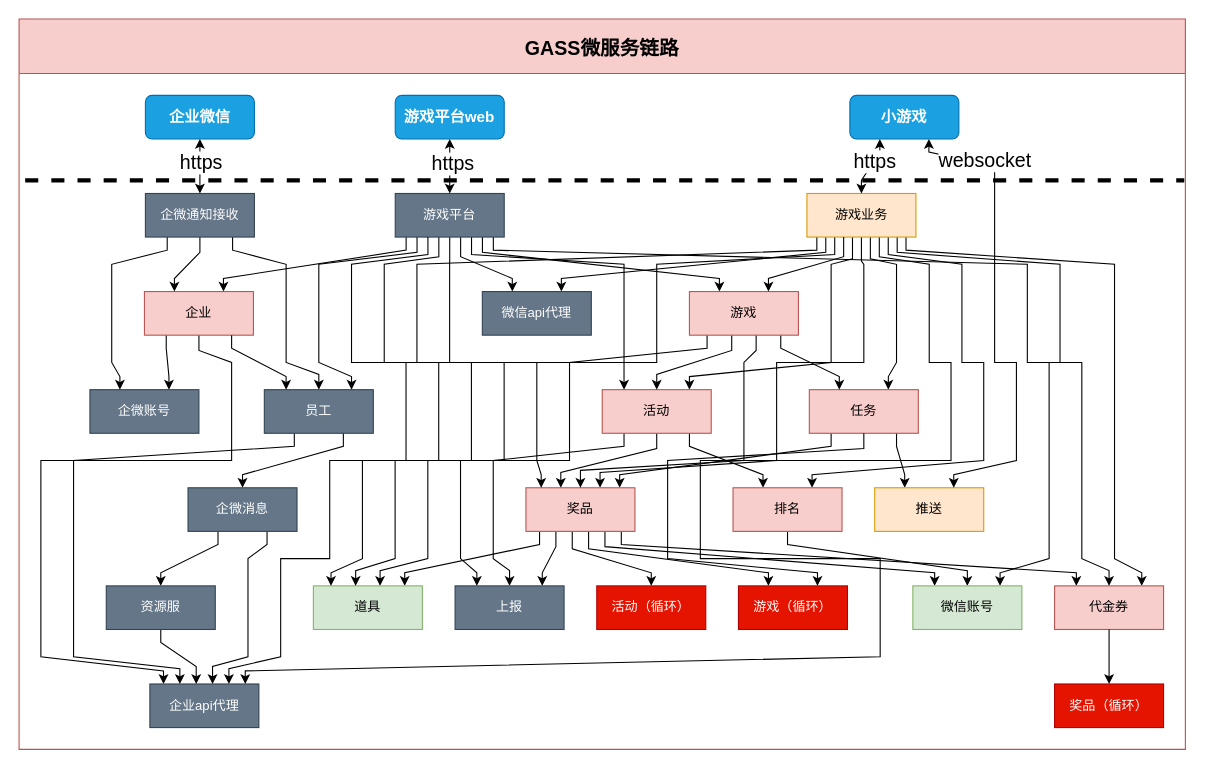
Above: yeahka/gass.drawio in jihenry/drawio (draw.io), before the change. Source tidied: cells renumbered, new cells numbered last; positions are measured from the earlier drawing's top-left corner, leaving out a move shared by most shapes. Both pictures are drawn from the tidied source at 109%, with x=0, y=0 at pixel (19, 19).
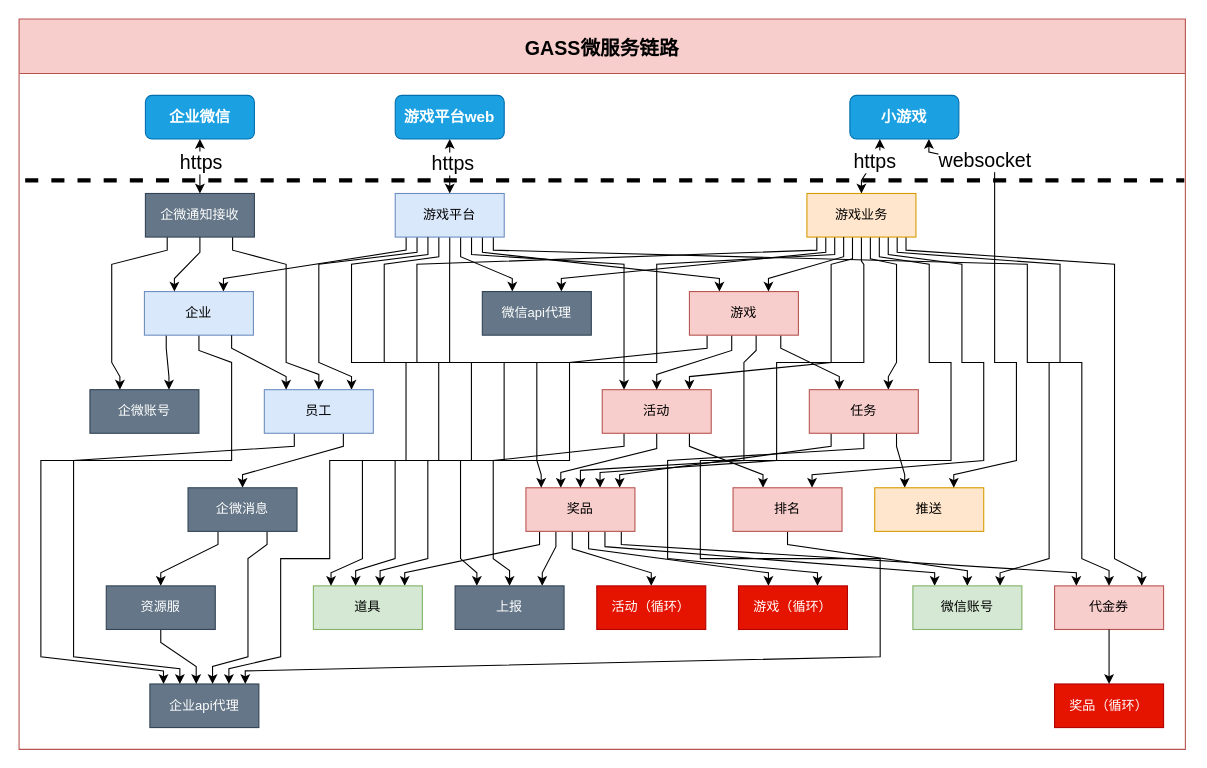
After the change.

Unchanged cells that the change refers to:
```xml
<mxCell id="2" value="GASS微服务链路" style="swimlane;startSize=50;horizontal=1;flowOrientation=north;interRankCellSpacing=50;containerType=tree;fillColor=#f8cecc;strokeColor=#b85450;fontSize=18;" parent="1" vertex="1">
  <mxGeometry width="1070" height="670" as="geometry" />
</mxCell>
```

Change to the diagram source:
```diff
@@
-    <mxCell id="41" value="游戏平台" style="whiteSpace=wrap;html=1;fillColor=#647687;strokeColor=#314354;fontColor=#ffffff;" parent="2" vertex="1">
+    <mxCell id="41" value="游戏平台" style="whiteSpace=wrap;html=1;fillColor=#dae8fc;strokeColor=#6c8ebf;" parent="2" vertex="1">
       <mxGeometry x="345.1" y="160" width="100" height="40" as="geometry" />
     </mxCell>
@@
-    <mxCell id="44" value="企业" style="whiteSpace=wrap;html=1;fillColor=#f8cecc;strokeColor=#b85450;" parent="2" vertex="1">
+    <mxCell id="44" value="企业" style="whiteSpace=wrap;html=1;fillColor=#dae8fc;strokeColor=#6c8ebf;" parent="2" vertex="1">
       <mxGeometry x="115" y="250" width="100" height="40" as="geometry" />
     </mxCell>
@@
-    <mxCell id="71" value="员工" style="whiteSpace=wrap;html=1;fillColor=#647687;strokeColor=#314354;fontColor=#ffffff;" parent="2" vertex="1">
+    <mxCell id="71" value="员工" style="whiteSpace=wrap;html=1;fillColor=#dae8fc;strokeColor=#6c8ebf;" parent="2" vertex="1">
       <mxGeometry x="225" y="340" width="100" height="40" as="geometry" />
     </mxCell>
```
